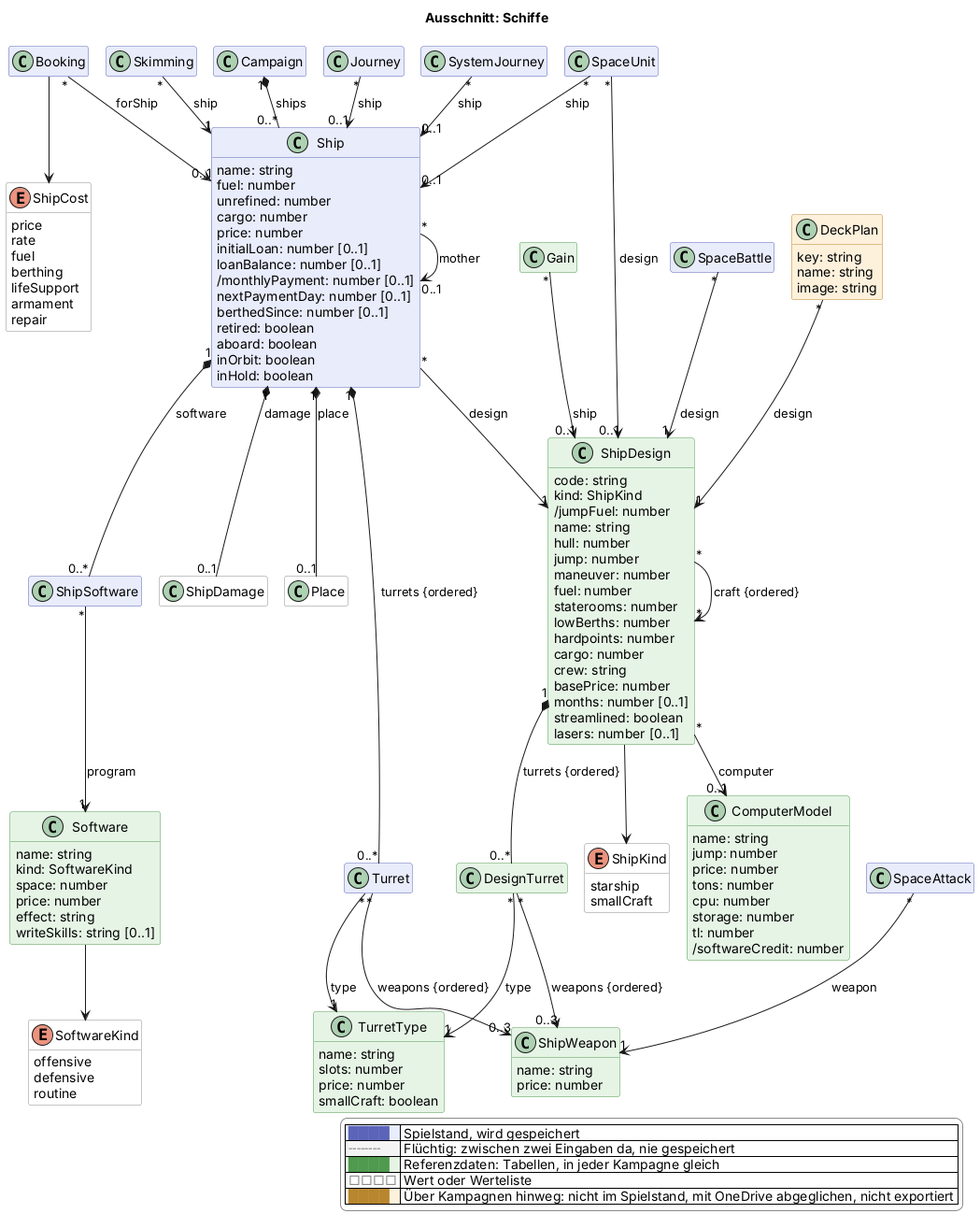
Earlier version of the PlantUML export docs/views/schiffe.png (scuzzar/SRE).
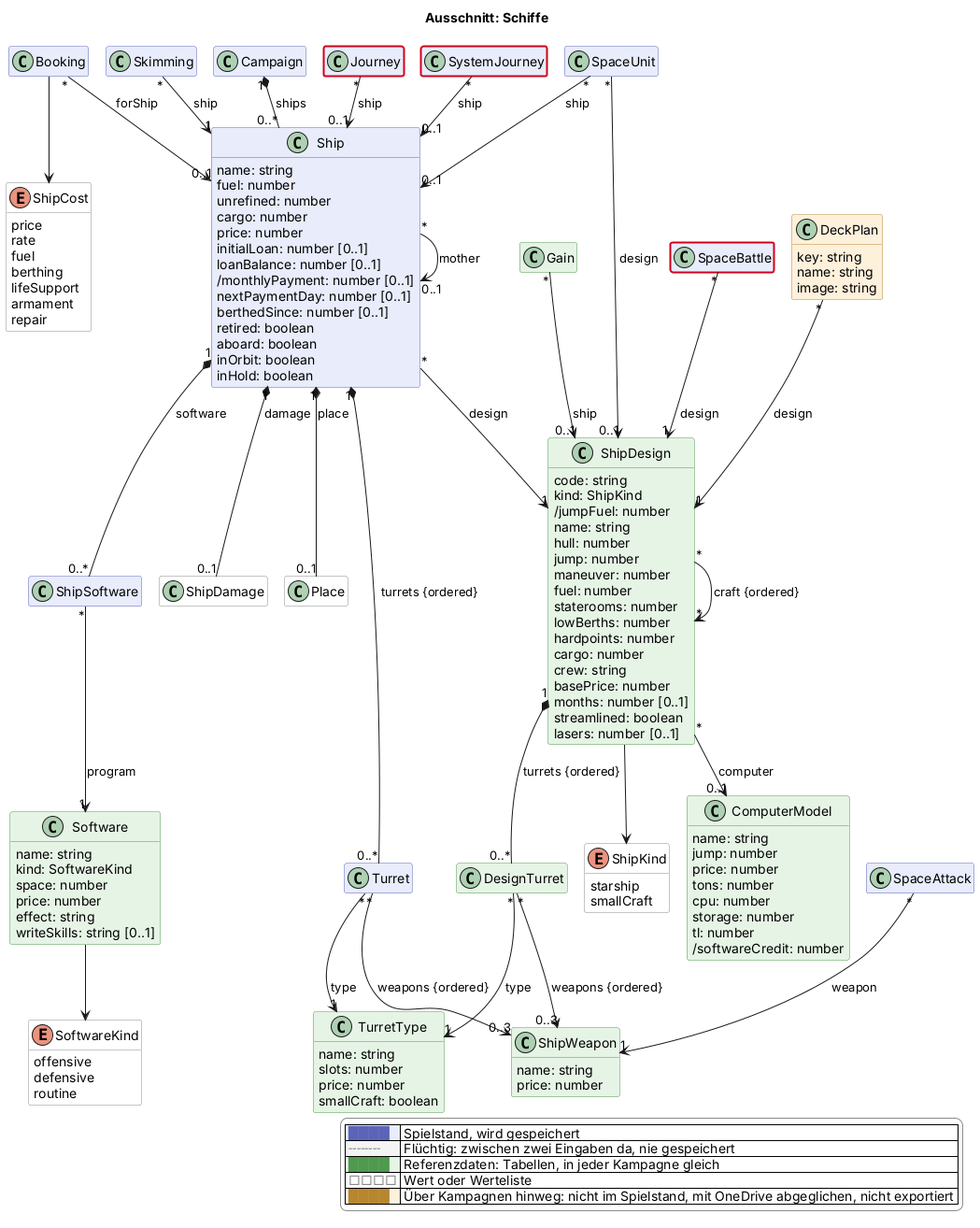
The same file after the commit.

What changed in the source:
```diff
@@ -232,4 +232,7 @@
   |<#ffffff> <color:#8a8a8a>□□□□</color> | Wert oder Werteliste |
   |<#fdf1dc> <color:#b8862e>████</color> | Über Kampagnen hinweg: nicht im Spielstand, mit OneDrive abgeglichen, nicht exportiert |
 endlegend
+class SpaceBattle #line:d0021b;line.bold
+class Journey #line:d0021b;line.bold
+class SystemJourney #line:d0021b;line.bold
 @enduml
```
